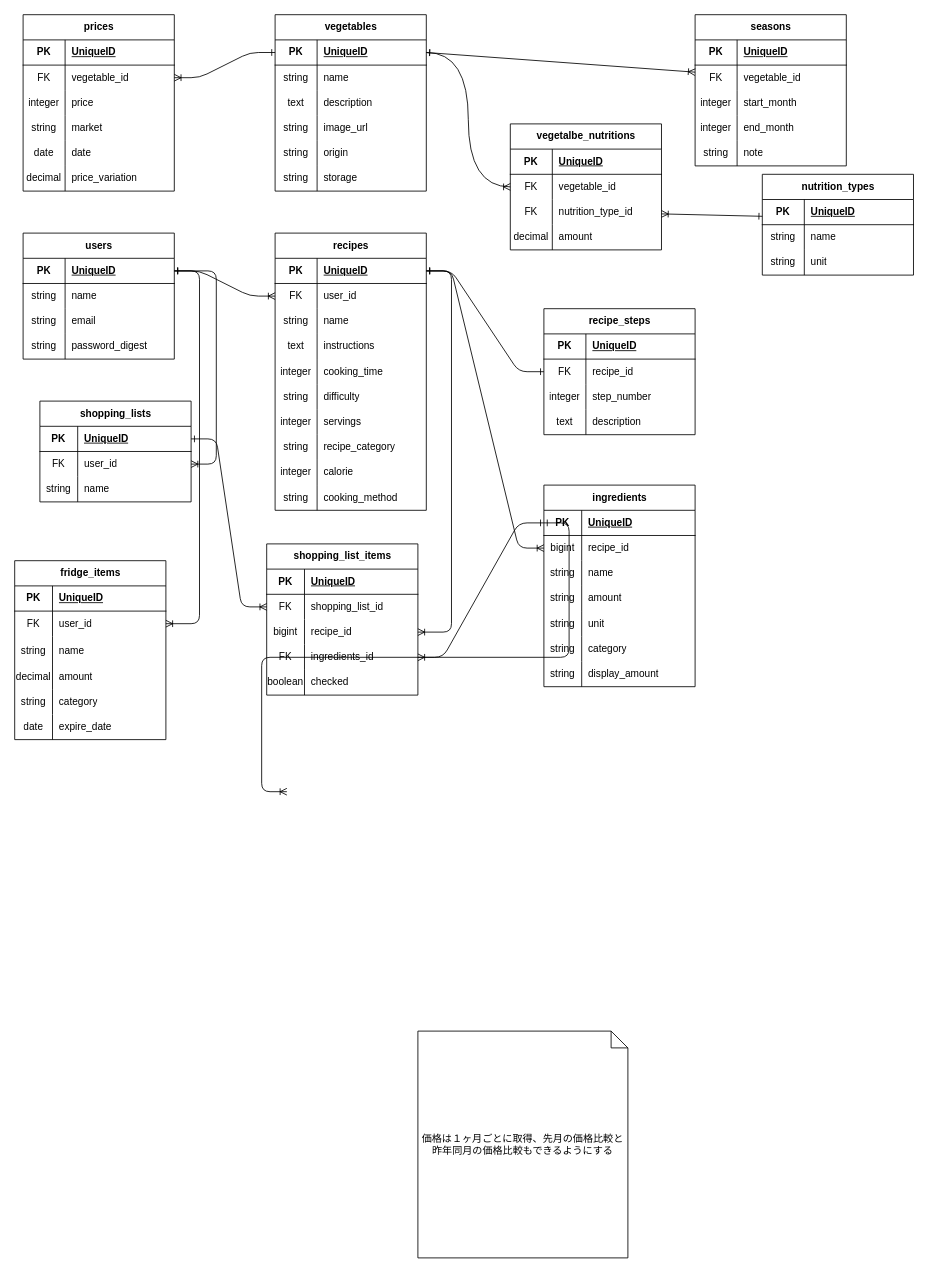
Before: vegeguide.dio in pekoemood/vegeguide-docs, a draw.io diagram. Source tidied: cells renumbered, new cells numbered last; positions are measured from the earlier drawing's top-left corner, leaving out a move shared by most shapes. Both pictures are drawn from the tidied source at 84%, with x=0, y=0 at pixel (14, 14).
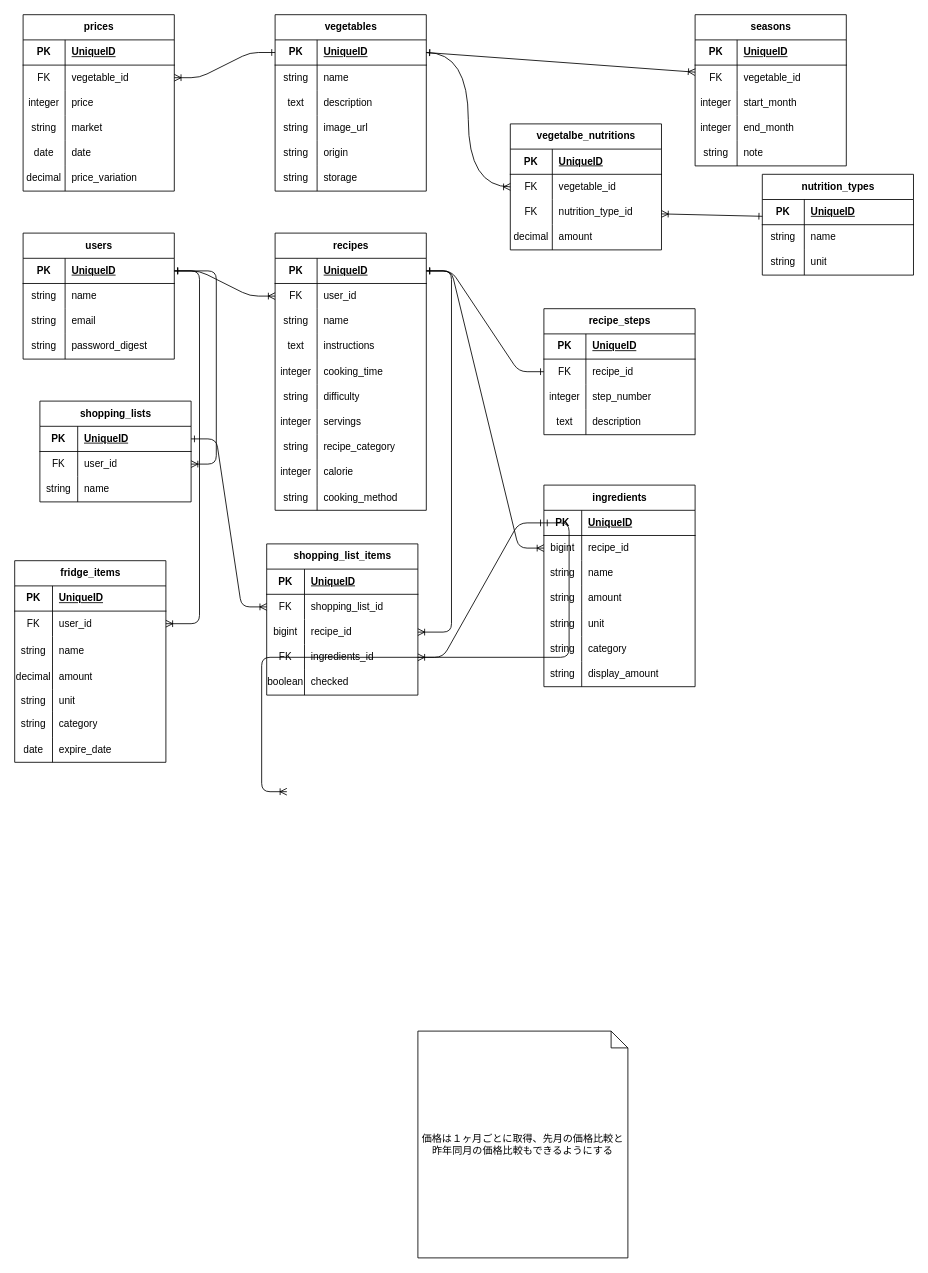
Above is the later version.

Commit message:
fridge-tableの追加

The edit, as a diff of the source:
```diff
@@
     <mxCell id="197" value="fridge_items" style="shape=table;startSize=30;childLayout=tableLayout;rowLines=0;fontStyle=1;align=center;html=1;" parent="1" vertex="1">
-      <mxGeometry y="650" width="180" height="213" as="geometry" />
+      <mxGeometry y="650" width="180" height="240" as="geometry" />
     </mxCell>
@@
     <mxCell id="210" style="shape=tableRow;horizontal=0;startSize=0;swimlaneHead=0;swimlaneBody=0;fillColor=none;top=0;left=0;right=0;bottom=0;" parent="197" vertex="1">
-      <mxGeometry y="153" width="180" height="30" as="geometry" />
+      <mxGeometry y="153" width="180" height="27" as="geometry" />
     </mxCell>
     <mxCell id="211" value="string" style="shape=partialRectangle;fillColor=none;top=0;left=0;bottom=0;right=0;overflow=hidden;whiteSpace=wrap;html=1;" parent="210" vertex="1">
-      <mxGeometry width="45" height="30" as="geometry" />
+      <mxGeometry width="45" height="27" as="geometry" />
     </mxCell>
-    <mxCell id="212" value="category" style="shape=partialRectangle;fillColor=none;top=0;left=0;bottom=0;right=0;align=left;spacingLeft=6;overflow=hidden;whiteSpace=wrap;html=1;" parent="210" vertex="1">
-      <mxGeometry x="45" width="135" height="30" as="geometry" />
+    <mxCell id="212" value="unit" style="shape=partialRectangle;fillColor=none;top=0;left=0;bottom=0;right=0;align=left;spacingLeft=6;overflow=hidden;whiteSpace=wrap;html=1;" parent="210" vertex="1">
+      <mxGeometry x="45" width="135" height="27" as="geometry" />
     </mxCell>
     <mxCell id="213" style="shape=tableRow;horizontal=0;startSize=0;swimlaneHead=0;swimlaneBody=0;fillColor=none;top=0;left=0;right=0;bottom=0;" parent="197" vertex="1">
-      <mxGeometry y="183" width="180" height="30" as="geometry" />
+      <mxGeometry y="180" width="180" height="30" as="geometry" />
     </mxCell>
-    <mxCell id="214" value="date" style="shape=partialRectangle;fillColor=none;top=0;left=0;bottom=0;right=0;overflow=hidden;whiteSpace=wrap;html=1;" parent="213" vertex="1">
+    <mxCell id="214" value="string" style="shape=partialRectangle;fillColor=none;top=0;left=0;bottom=0;right=0;overflow=hidden;whiteSpace=wrap;html=1;" parent="213" vertex="1">
       <mxGeometry width="45" height="30" as="geometry" />
     </mxCell>
-    <mxCell id="215" value="expire_date" style="shape=partialRectangle;fillColor=none;top=0;left=0;bottom=0;right=0;align=left;spacingLeft=6;overflow=hidden;whiteSpace=wrap;html=1;" parent="213" vertex="1">
+    <mxCell id="215" value="category" style="shape=partialRectangle;fillColor=none;top=0;left=0;bottom=0;right=0;align=left;spacingLeft=6;overflow=hidden;whiteSpace=wrap;html=1;" parent="213" vertex="1">
       <mxGeometry x="45" width="135" height="30" as="geometry" />
     </mxCell>
+    <mxCell id="218" style="shape=tableRow;horizontal=0;startSize=0;swimlaneHead=0;swimlaneBody=0;fillColor=none;top=0;left=0;right=0;bottom=0;" parent="197" vertex="1">
+      <mxGeometry y="210" width="180" height="30" as="geometry" />
+    </mxCell>
+    <mxCell id="219" value="date" style="shape=partialRectangle;fillColor=none;top=0;left=0;bottom=0;right=0;overflow=hidden;whiteSpace=wrap;html=1;" parent="218" vertex="1">
+      <mxGeometry width="45" height="30" as="geometry" />
+    </mxCell>
+    <mxCell id="220" value="expire_date" style="shape=partialRectangle;fillColor=none;top=0;left=0;bottom=0;right=0;align=left;spacingLeft=6;overflow=hidden;whiteSpace=wrap;html=1;" parent="218" vertex="1">
+      <mxGeometry x="45" width="135" height="30" as="geometry" />
+    </mxCell>
```
